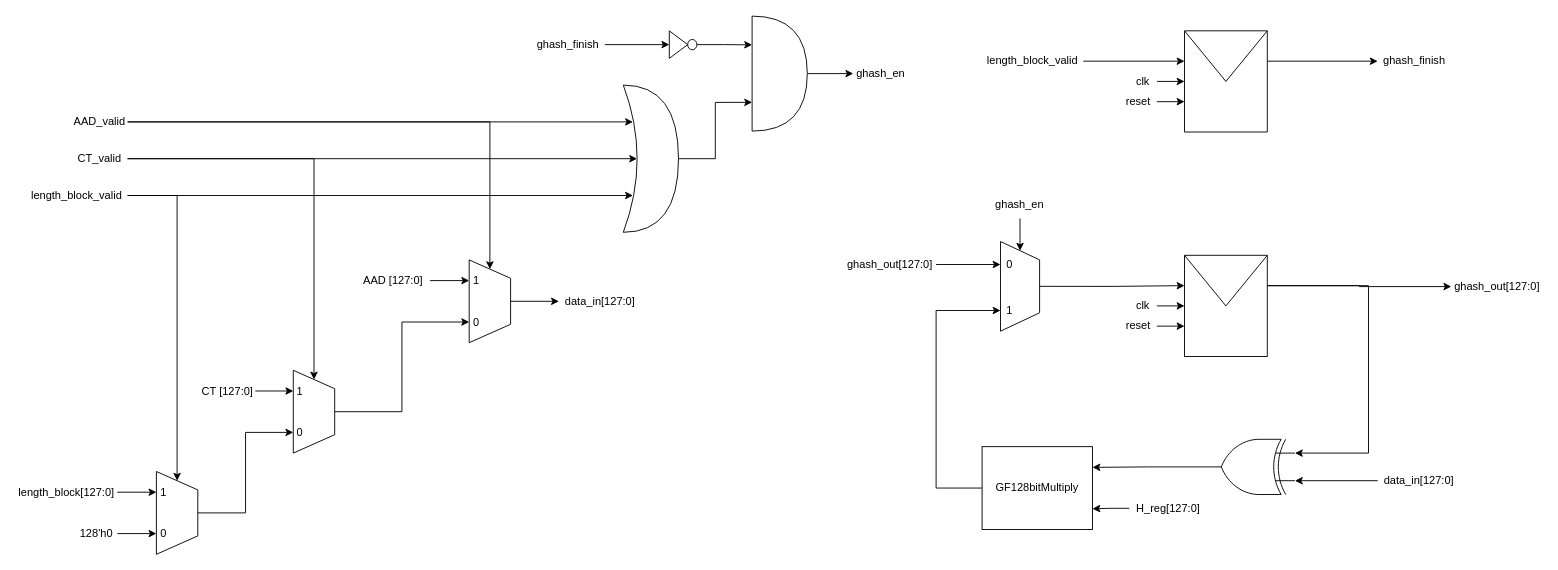
LQLManZz/AES128-Verilog keeps this draw.io diagram as Quang Long/_drawio/GHASH low level.drawio. Above is the earlier version. Source tidied: cells renumbered, new cells numbered last; positions are measured from the earlier drawing's top-left corner, leaving out a move shared by most shapes. Both pictures are drawn from the tidied source at 92%, with x=0, y=0 at pixel (16, 16).
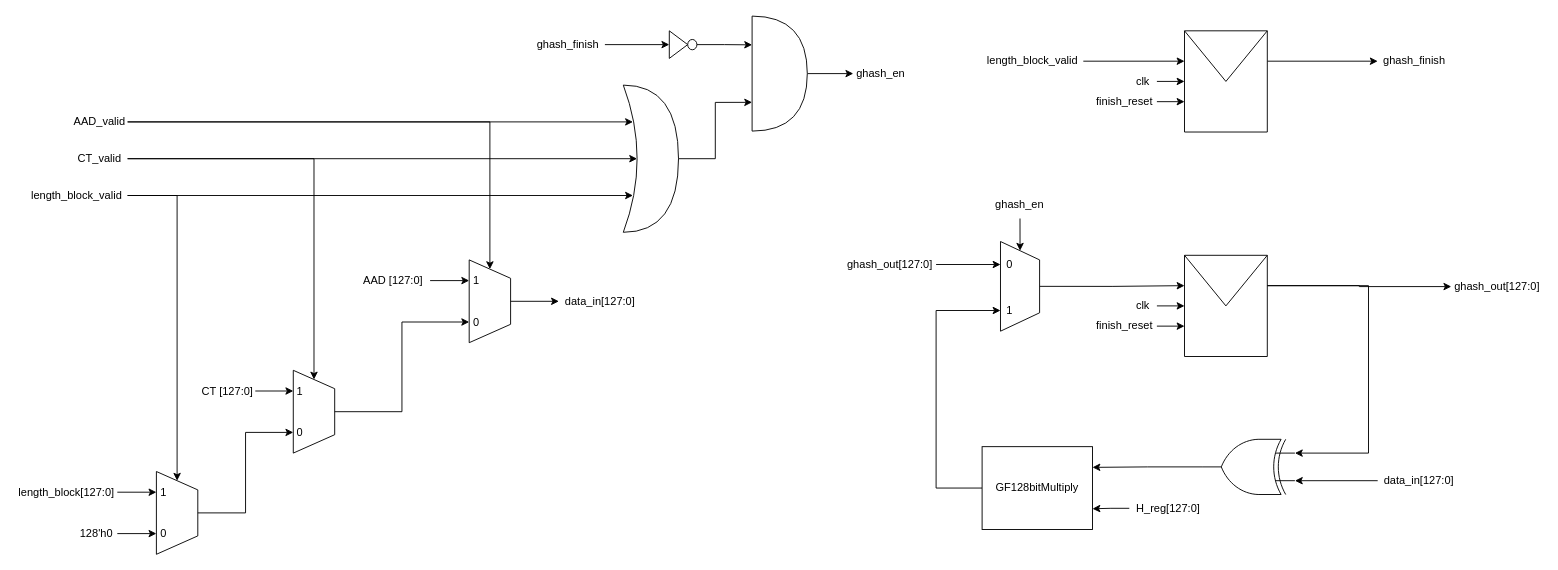
Above is the later version.

What changed in the source:
```diff
@@
-    <mxCell id="7" value="reset" style="text;html=1;whiteSpace=wrap;strokeColor=none;fillColor=none;align=center;verticalAlign=middle;rounded=0;" parent="1" vertex="1">
-      <mxGeometry x="1200" y="322" width="40" height="30" as="geometry" />
+    <mxCell id="7" value="finish_reset" style="text;html=1;whiteSpace=wrap;strokeColor=none;fillColor=none;align=center;verticalAlign=middle;rounded=0;" parent="1" vertex="1">
+      <mxGeometry x="1170" y="322" width="70" height="30" as="geometry" />
     </mxCell>
@@
-    <mxCell id="76" value="reset" style="text;html=1;whiteSpace=wrap;strokeColor=none;fillColor=none;align=center;verticalAlign=middle;rounded=0;" parent="1" vertex="1">
-      <mxGeometry x="1200" y="78" width="40" height="30" as="geometry" />
+    <mxCell id="76" value="finish_reset" style="text;html=1;whiteSpace=wrap;strokeColor=none;fillColor=none;align=center;verticalAlign=middle;rounded=0;" parent="1" vertex="1">
+      <mxGeometry x="1170" y="78" width="70" height="30" as="geometry" />
     </mxCell>
```
